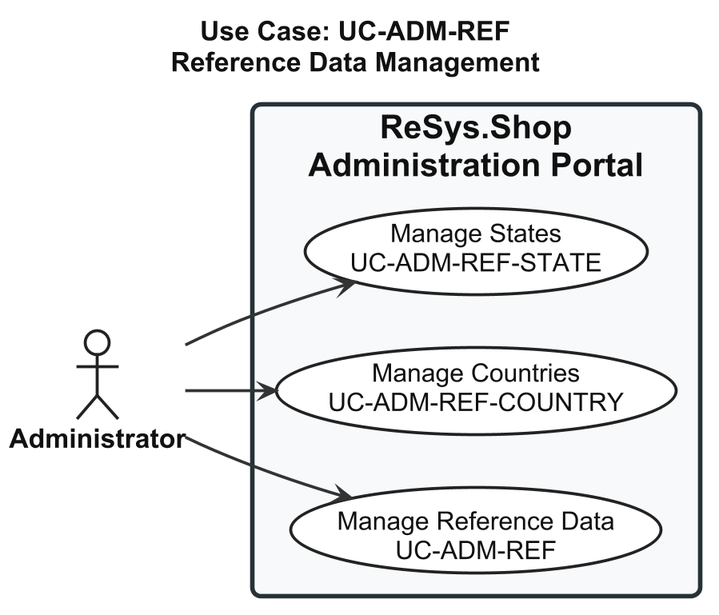
Above: thesis/figures/chapters/part2/ch2-design/02-use-cases/diagrams/P2S2.2.2_usecase-reference-data.png in qingfa-dev/ReSys.Shop (PlantUML), before the change.
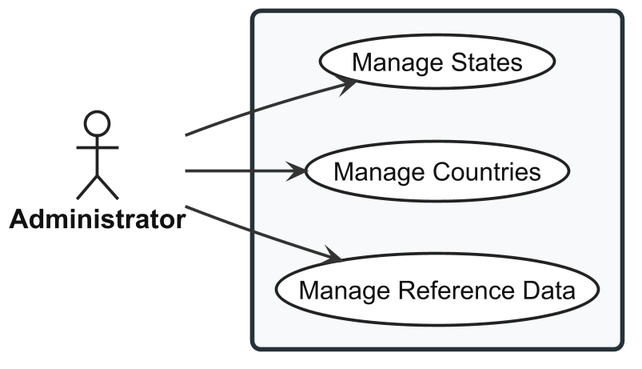
After the change.

Diff of the diagram source:
```diff
@@ -56,17 +56,16 @@
 
 </style>
 
-title Use Case: UC-ADM-REF\nReference Data Management
 
 actor "Administrator" as Admin
 
-rectangle "ReSys.Shop\nAdministration Portal" {
+rectangle {
 
-  usecase "Manage Reference Data\nUC-ADM-REF" as UC_MAIN
+  usecase "Manage Reference Data" as UC_MAIN
 
-  usecase "Manage Countries\nUC-ADM-REF-COUNTRY" as UC_COUNTRY
+  usecase "Manage Countries" as UC_COUNTRY
 
-  usecase "Manage States\nUC-ADM-REF-STATE" as UC_STATE
+  usecase "Manage States" as UC_STATE
 
 }
 
```
